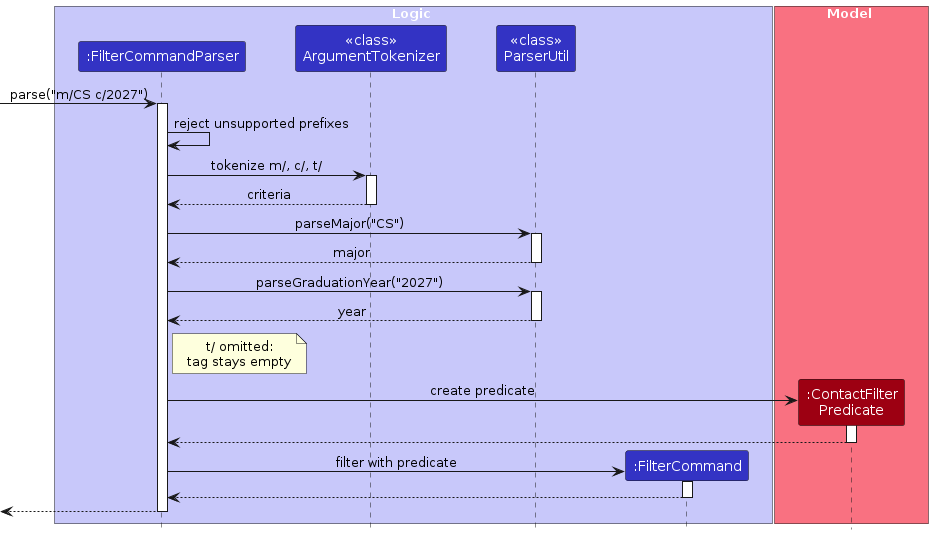
Before: diagrams/FilterSequenceDiagram.png, a diagram exported from PlantUML (AY2627S1-CS2103T-F15-3/tp). Its source is kept beside it as diagrams/FilterSequenceDiagram.puml.
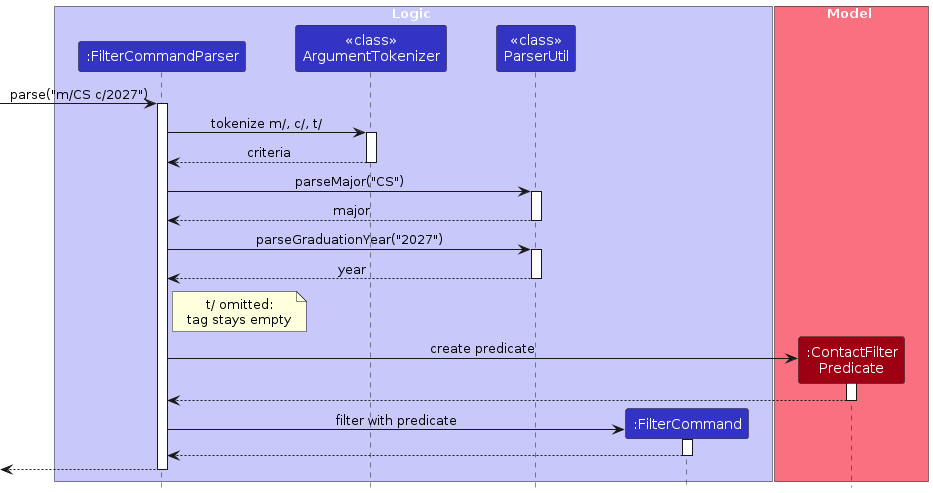
Later version of the same file.

Diff of the diagram source:
```diff
@@ -15,8 +15,6 @@
 
 [-> Parser : parse("m/CS c/2027")
 activate Parser
-
-Parser -> Parser : reject unsupported prefixes
 
 Parser -> Tokenizer : tokenize m/, c/, t/
 activate Tokenizer
```
